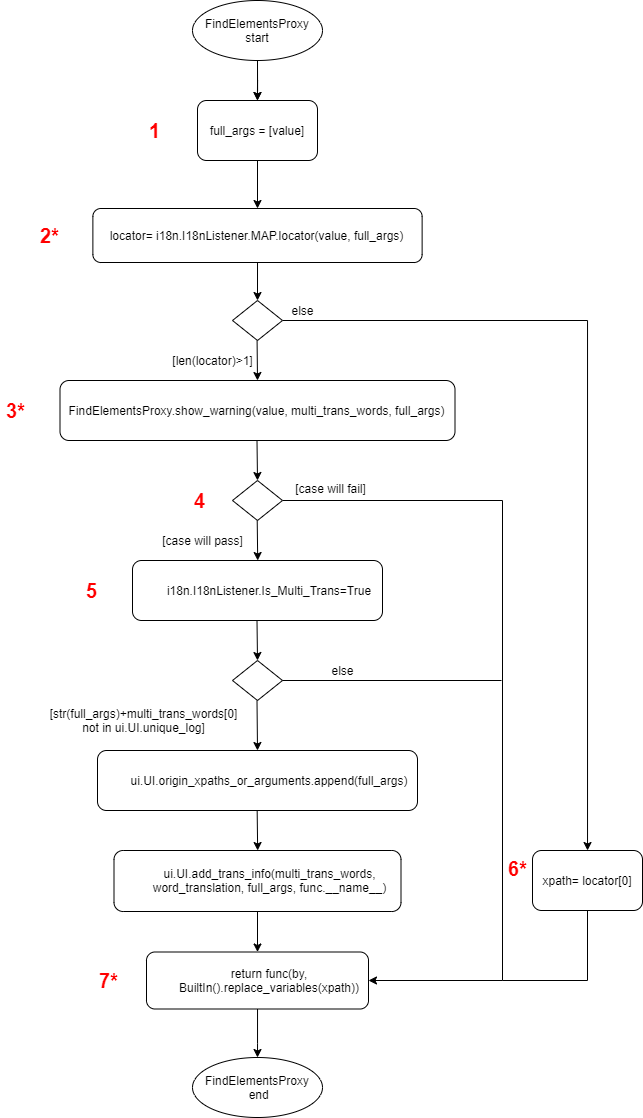
Earlier version of the draw.io export UML/i18n flow chart-FindElementsProxy.png (Rexmen/i18n). Source tidied: cells renumbered, new cells last; positions are measured from the earlier drawing's top-left corner, leaving out a move shared by most shapes.
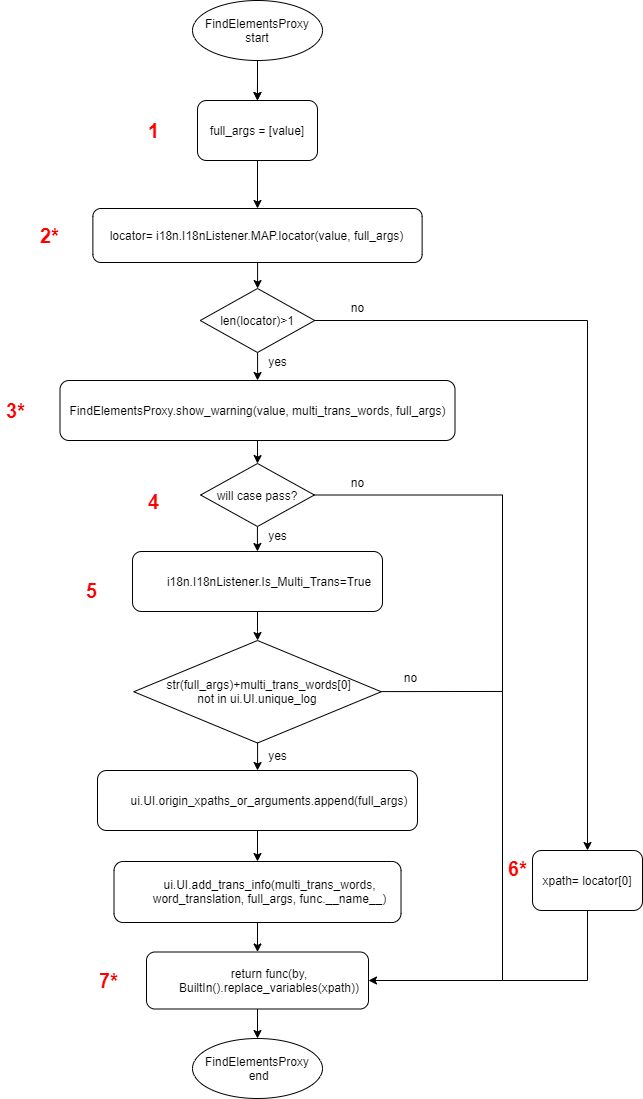
After the commit.

Diff of the diagram source:
```diff
@@ -13,85 +13,66 @@
         <mxPoint x="257" y="70" as="sourcePoint" />
       </mxGeometry>
     </mxCell>
-    <mxCell id="5" style="edgeStyle=orthogonalEdgeStyle;rounded=0;jettySize=auto;html=1;exitX=0.5;exitY=1;exitDx=0;exitDy=0;" parent="1" edge="1" source="6">
-      <mxGeometry relative="1" as="geometry">
-        <mxPoint x="257" y="300" as="targetPoint" />
-      </mxGeometry>
-    </mxCell>
+    <mxCell id="44" style="edgeStyle=orthogonalEdgeStyle;rounded=0;jettySize=auto;html=1;" parent="1" edge="1" source="6" target="50">
+      <mxGeometry relative="1" as="geometry" />
+    </mxCell>
     <mxCell id="6" value="&lt;span lang=&quot;EN-US&quot;&gt;&lt;font style=&quot;font-size: 12px&quot;&gt;locator= i18n.I18nListener.MAP.locator(value, full_args)&lt;/font&gt;&lt;/span&gt;" style="rounded=1;whiteSpace=wrap;html=1;" parent="1" vertex="1">
       <mxGeometry x="92.4" y="208" width="329.2" height="54" as="geometry" />
     </mxCell>
+    <mxCell id="45" style="edgeStyle=orthogonalEdgeStyle;rounded=0;jettySize=auto;html=1;" parent="1" edge="1" source="7" target="21">
+      <mxGeometry relative="1" as="geometry" />
+    </mxCell>
     <mxCell id="7" value="&lt;p class=&quot;MsoListParagraph&quot; style=&quot;margin-left: 18.0pt ; text-indent: 0cm&quot;&gt;&lt;span lang=&quot;EN-US&quot;&gt;ui.UI.origin_xpaths_or_arguments.append(full_args)&lt;/span&gt;&lt;/p&gt;" style="rounded=1;whiteSpace=wrap;html=1;" parent="1" vertex="1">
-      <mxGeometry x="97" y="750" width="320" height="60" as="geometry" />
+      <mxGeometry x="97" y="770" width="320" height="60" as="geometry" />
     </mxCell>
+    <mxCell id="46" style="edgeStyle=orthogonalEdgeStyle;rounded=0;jettySize=auto;html=1;" parent="1" edge="1" source="8" target="54">
+      <mxGeometry relative="1" as="geometry" />
+    </mxCell>
     <mxCell id="8" value="&lt;p class=&quot;MsoListParagraph&quot; style=&quot;margin-left: 18.0pt ; text-indent: 0cm&quot;&gt;&lt;span lang=&quot;EN-US&quot;&gt;i18n.I18nListener.Is_Multi_Trans=True&lt;/span&gt;&lt;/p&gt;" style="rounded=1;whiteSpace=wrap;html=1;" parent="1" vertex="1">
-      <mxGeometry x="132" y="560" width="250" height="60" as="geometry" />
+      <mxGeometry x="132" y="551" width="250" height="60" as="geometry" />
     </mxCell>
+    <mxCell id="47" style="edgeStyle=orthogonalEdgeStyle;rounded=0;jettySize=auto;html=1;" parent="1" edge="1" source="9" target="52">
+      <mxGeometry relative="1" as="geometry" />
+    </mxCell>
     <mxCell id="9" value="FindElementsProxy.show_warning(value, multi_trans_words, full_args)" style="rounded=1;whiteSpace=wrap;html=1;" parent="1" vertex="1">
       <mxGeometry x="59.5" y="380" width="395" height="60" as="geometry" />
     </mxCell>
-    <mxCell id="10" style="edgeStyle=orthogonalEdgeStyle;rounded=0;jettySize=auto;html=1;entryX=1;entryY=0.5;entryDx=0;entryDy=0;" parent="1" edge="1" target="24">
+    <mxCell id="10" style="edgeStyle=orthogonalEdgeStyle;rounded=0;jettySize=auto;html=1;entryX=1;entryY=0.5;entryDx=0;entryDy=0;" parent="1" edge="1" source="52" target="24">
       <mxGeometry relative="1" as="geometry">
-        <mxPoint x="282" y="500" as="sourcePoint" />
         <Array as="points">
-          <mxPoint x="502" y="500" />
+          <mxPoint x="502" y="495" />
           <mxPoint x="502" y="980" />
         </Array>
       </mxGeometry>
     </mxCell>
-    <mxCell id="11" value="else" style="text;html=1;align=center;verticalAlign=middle;strokeColor=none;" parent="1" vertex="1">
-      <mxGeometry x="282" y="300" width="40" height="20" as="geometry" />
+    <mxCell id="11" value="no" style="text;html=1;align=center;verticalAlign=middle;strokeColor=none;" parent="1" vertex="1">
+      <mxGeometry x="345" y="298" width="23" height="17" as="geometry" />
     </mxCell>
-    <mxCell id="12" value="[case will fail]" style="text;html=1;align=center;verticalAlign=middle;strokeColor=none;" parent="1" vertex="1">
-      <mxGeometry x="285" y="478" width="90" height="20" as="geometry" />
+    <mxCell id="12" value="no" style="text;html=1;align=center;verticalAlign=middle;strokeColor=none;" parent="1" vertex="1">
+      <mxGeometry x="345" y="473.5" width="23" height="17" as="geometry" />
     </mxCell>
-    <mxCell id="13" style="edgeStyle=orthogonalEdgeStyle;rounded=0;jettySize=auto;html=1;" parent="1" edge="1" source="14" target="22">
+    <mxCell id="13" style="edgeStyle=orthogonalEdgeStyle;rounded=0;jettySize=auto;html=1;" parent="1" edge="1" source="50" target="22">
       <mxGeometry relative="1" as="geometry">
         <Array as="points">
           <mxPoint x="587" y="320" />
         </Array>
       </mxGeometry>
     </mxCell>
-    <mxCell id="14" style="rhombus;whiteSpace=wrap;html=1;" parent="1" vertex="1">
-      <mxGeometry x="232" y="300" width="50" height="40" as="geometry" />
-    </mxCell>
-    <mxCell id="15" style="rhombus;whiteSpace=wrap;html=1;" parent="1" vertex="1">
-      <mxGeometry x="232" y="480" width="50" height="40" as="geometry" />
-    </mxCell>
-    <mxCell id="16" style="rhombus;whiteSpace=wrap;html=1;" parent="1" vertex="1">
-      <mxGeometry x="232" y="660" width="50" height="40" as="geometry" />
-    </mxCell>
-    <mxCell id="17" value="&lt;p class=&quot;MsoListParagraph&quot; style=&quot;margin-left: 18.0pt ; text-indent: 0cm&quot;&gt;&lt;span lang=&quot;EN-US&quot;&gt;[str(full_args)+multi_trans_words[0]&lt;br&gt;not in ui.UI.unique_log]&lt;/span&gt;&lt;/p&gt;" style="text;html=1;align=center;verticalAlign=middle;strokeColor=none;" parent="1" vertex="1">
-      <mxGeometry x="21" y="692" width="221" height="55" as="geometry" />
-    </mxCell>
-    <mxCell id="18" style="endArrow=classic;html=1;entryX=0.5;entryY=0;entryDx=0;entryDy=0;" parent="1" edge="1" target="16">
-      <mxGeometry relative="1" as="geometry">
-        <mxPoint x="256.5" y="620" as="sourcePoint" />
-      </mxGeometry>
-    </mxCell>
-    <mxCell id="19" style="endArrow=classic;html=1;entryX=0.5;entryY=0;entryDx=0;entryDy=0;" parent="1" edge="1" target="7">
-      <mxGeometry relative="1" as="geometry">
-        <mxPoint x="256.5" y="700" as="sourcePoint" />
-      </mxGeometry>
-    </mxCell>
-    <mxCell id="20" value="else" style="text;html=1;align=center;verticalAlign=middle;strokeColor=none;" parent="1" vertex="1">
-      <mxGeometry x="322" y="660" width="40" height="20" as="geometry" />
+    <mxCell id="20" value="no" style="text;html=1;align=center;verticalAlign=middle;strokeColor=none;" parent="1" vertex="1">
+      <mxGeometry x="398.6" y="668" width="23" height="17" as="geometry" />
     </mxCell>
+    <mxCell id="32" style="edgeStyle=orthogonalEdgeStyle;rounded=0;jettySize=auto;html=1;" parent="1" edge="1" source="21" target="24">
+      <mxGeometry relative="1" as="geometry" />
+    </mxCell>
     <mxCell id="21" value="&lt;p class=&quot;MsoListParagraph&quot; style=&quot;margin-left: 18.0pt ; text-indent: 0cm&quot;&gt;&lt;span lang=&quot;EN-US&quot;&gt;ui.UI.add_trans_info(multi_trans_words, word_translation, full_args, func.__name__)&lt;/span&gt;&lt;/p&gt;" style="rounded=1;whiteSpace=wrap;html=1;" parent="1" vertex="1">
-      <mxGeometry x="113.5" y="850" width="287" height="61" as="geometry" />
+      <mxGeometry x="113.5" y="861" width="287" height="61" as="geometry" />
     </mxCell>
     <mxCell id="22" value="xpath= locator[0]" style="rounded=1;whiteSpace=wrap;html=1;" parent="1" vertex="1">
       <mxGeometry x="532" y="850" width="110" height="60" as="geometry" />
     </mxCell>
-    <mxCell id="23" style="edgeStyle=orthogonalEdgeStyle;rounded=0;jettySize=auto;html=1;" parent="1" edge="1" source="24">
-      <mxGeometry relative="1" as="geometry">
-        <mxPoint x="257" y="1057" as="targetPoint" />
-        <Array as="points">
-          <mxPoint x="257" y="1043" />
-          <mxPoint x="257" y="1043" />
-        </Array>
-      </mxGeometry>
-    </mxCell>
+    <mxCell id="48" style="edgeStyle=orthogonalEdgeStyle;rounded=0;jettySize=auto;html=1;" parent="1" edge="1" source="24" target="34">
+      <mxGeometry relative="1" as="geometry" />
+    </mxCell>
     <mxCell id="24" value="&lt;p class=&quot;MsoListParagraph&quot; style=&quot;margin-left: 18.0pt ; text-indent: 0cm&quot;&gt;&lt;span lang=&quot;EN-US&quot;&gt;return func(by,&lt;br&gt;BuiltIn().replace_variables(xpath))&lt;/span&gt;&lt;/p&gt;" style="rounded=1;whiteSpace=wrap;html=1;" parent="1" vertex="1">
       <mxGeometry x="146" y="951.5" width="222" height="57" as="geometry" />
     </mxCell>
@@ -105,51 +86,21 @@
         </Array>
       </mxGeometry>
     </mxCell>
-    <mxCell id="26" value="[len(locator)&amp;gt;1]" style="text;html=1;align=center;verticalAlign=middle;strokeColor=none;" parent="1" vertex="1">
-      <mxGeometry x="162" y="350" width="100" height="20" as="geometry" />
+    <mxCell id="26" value="yes" style="text;html=1;align=center;verticalAlign=middle;strokeColor=none;" parent="1" vertex="1">
+      <mxGeometry x="262" y="352" width="29" height="17" as="geometry" />
     </mxCell>
-    <mxCell id="27" style="endArrow=classic;html=1;" parent="1" edge="1">
-      <mxGeometry x="250" y="450" as="geometry">
-        <mxPoint x="256.6" y="340" as="sourcePoint" />
-        <mxPoint x="257" y="380" as="targetPoint" />
-      </mxGeometry>
-    </mxCell>
-    <mxCell id="28" value="[case will pass]" style="text;html=1;align=center;verticalAlign=middle;strokeColor=none;" parent="1" vertex="1">
-      <mxGeometry x="152" y="530" width="100" height="20" as="geometry" />
+    <mxCell id="28" value="yes" style="text;html=1;align=center;verticalAlign=middle;strokeColor=none;" parent="1" vertex="1">
+      <mxGeometry x="262" y="526" width="29" height="17" as="geometry" />
     </mxCell>
-    <mxCell id="29" style="endArrow=classic;html=1;" parent="1" edge="1">
-      <mxGeometry x="249.9" y="550" as="geometry">
-        <mxPoint x="256.5" y="440" as="sourcePoint" />
-        <mxPoint x="257" y="480" as="targetPoint" />
-      </mxGeometry>
-    </mxCell>
-    <mxCell id="30" style="endArrow=classic;html=1;" parent="1" edge="1">
-      <mxGeometry x="250.1" y="630" as="geometry">
-        <mxPoint x="256.7" y="520" as="sourcePoint" />
-        <mxPoint x="257.2" y="560" as="targetPoint" />
-      </mxGeometry>
-    </mxCell>
-    <mxCell id="31" style="endArrow=classic;html=1;entryX=0.5;entryY=0;entryDx=0;entryDy=0;" parent="1" edge="1">
-      <mxGeometry relative="1" as="geometry">
-        <mxPoint x="256.7" y="810" as="sourcePoint" />
-        <mxPoint x="257.2" y="850" as="targetPoint" />
-      </mxGeometry>
-    </mxCell>
-    <mxCell id="32" style="endArrow=classic;html=1;" parent="1" edge="1" source="21" target="24">
-      <mxGeometry relative="1" as="geometry" />
-    </mxCell>
     <mxCell id="33" value="&lt;font style=&quot;font-size: 11px&quot;&gt;FindElementsProxy start&lt;/font&gt;" style="ellipse;whiteSpace=wrap;html=1;" parent="1" vertex="1">
       <mxGeometry x="192" width="130" height="60" as="geometry" />
     </mxCell>
     <mxCell id="34" value="FindElementsProxy&lt;br&gt;&amp;nbsp;end" style="ellipse;whiteSpace=wrap;html=1;" parent="1" vertex="1">
-      <mxGeometry x="192" y="1057" width="130" height="60" as="geometry" />
+      <mxGeometry x="192" y="1038" width="130" height="60" as="geometry" />
     </mxCell>
-    <mxCell id="35" style="endArrow=none;html=1;exitX=1;exitY=0.5;exitDx=0;exitDy=0;" parent="1" edge="1" source="16">
+    <mxCell id="35" style="endArrow=none;html=1;" parent="1" edge="1" source="54">
       <mxGeometry relative="1" as="geometry">
-        <mxPoint x="501" y="680" as="targetPoint" />
-        <Array as="points">
-          <mxPoint x="501" y="680" />
-        </Array>
+        <mxPoint x="502" y="691" as="targetPoint" />
       </mxGeometry>
     </mxCell>
     <mxCell id="36" style="endArrow=none;html=1;rounded=0;" parent="1" edge="1">
@@ -174,7 +125,7 @@
       <mxGeometry x="80" y="580" width="21" height="20" as="geometry" />
     </mxCell>
     <mxCell id="41" value="&lt;b style=&quot;color: rgb(255 , 0 , 0) ; font-size: 20px&quot;&gt;4&lt;/b&gt;" style="text;html=1;align=center;verticalAlign=middle;strokeColor=none;" parent="1" vertex="1">
-      <mxGeometry x="188" y="490" width="21" height="20" as="geometry" />
+      <mxGeometry x="143" y="490.5" width="21" height="20" as="geometry" />
     </mxCell>
     <mxCell id="42" value="&lt;b style=&quot;color: rgb(255 , 0 , 0) ; font-size: 20px&quot;&gt;7*&lt;/b&gt;" style="text;html=1;align=center;verticalAlign=middle;strokeColor=none;" parent="1" vertex="1">
       <mxGeometry x="93" y="970" width="29" height="20" as="geometry" />
@@ -182,5 +133,26 @@
     <mxCell id="43" value="&lt;b style=&quot;color: rgb(255 , 0 , 0) ; font-size: 20px&quot;&gt;6*&lt;/b&gt;" style="text;html=1;align=center;verticalAlign=middle;strokeColor=none;" parent="1" vertex="1">
       <mxGeometry x="502" y="858" width="29" height="20" as="geometry" />
     </mxCell>
+    <mxCell id="49" style="edgeStyle=orthogonalEdgeStyle;rounded=0;jettySize=auto;html=1;" parent="1" edge="1" source="50" target="9">
+      <mxGeometry relative="1" as="geometry" />
+    </mxCell>
+    <mxCell id="50" value="len(locator)&amp;gt;1" style="rhombus;whiteSpace=wrap;html=1;" parent="1" vertex="1">
+      <mxGeometry x="199.8" y="288" width="114.5" height="64" as="geometry" />
+    </mxCell>
+    <mxCell id="51" style="edgeStyle=orthogonalEdgeStyle;rounded=0;jettySize=auto;html=1;" parent="1" edge="1" source="52" target="8">
+      <mxGeometry relative="1" as="geometry" />
+    </mxCell>
+    <mxCell id="52" value="will case pass?" style="rhombus;whiteSpace=wrap;html=1;" parent="1" vertex="1">
+      <mxGeometry x="200.1" y="463" width="113.7" height="63" as="geometry" />
+    </mxCell>
+    <mxCell id="53" style="edgeStyle=orthogonalEdgeStyle;rounded=0;jettySize=auto;html=1;" parent="1" edge="1" source="54" target="7">
+      <mxGeometry relative="1" as="geometry" />
+    </mxCell>
+    <mxCell id="54" value="&lt;span&gt;&amp;nbsp;str(full_args)+multi_trans_words[0]&lt;/span&gt;&lt;br&gt;&lt;span&gt;not in ui.UI.unique_log&lt;/span&gt;" style="rhombus;whiteSpace=wrap;html=1;" parent="1" vertex="1">
+      <mxGeometry x="133.3" y="640" width="247.5" height="102.5" as="geometry" />
+    </mxCell>
+    <mxCell id="55" value="yes" style="text;html=1;align=center;verticalAlign=middle;strokeColor=none;" parent="1" vertex="1">
+      <mxGeometry x="262" y="746" width="29" height="17" as="geometry" />
+    </mxCell>
   </root>
 </mxGraphModel>
```
